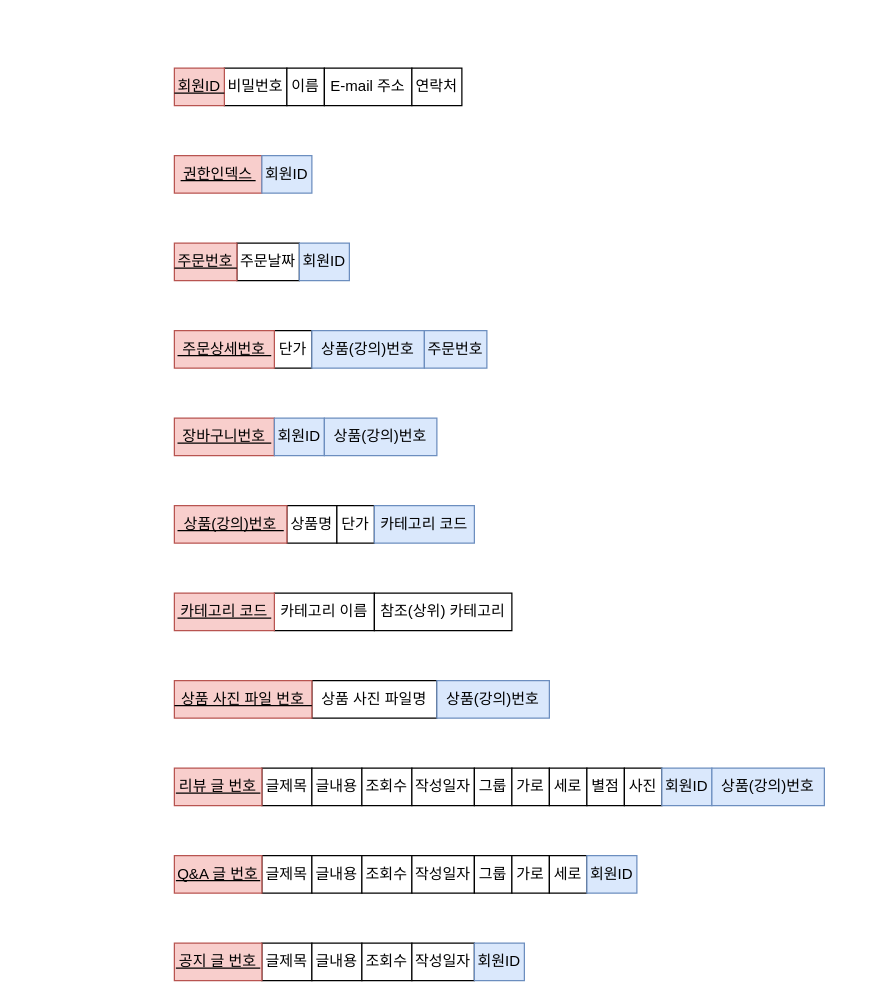
This is Untitled Diagram.drawio from e1204/KOSMO, a draw.io file, before an edit. Source tidied: cells renumbered, new cells numbered last; positions are measured from the earlier drawing's top-left corner, leaving out a move shared by most shapes. Both pictures are drawn from the tidied source at 125%, with x=0, y=0 at pixel (174, 68).
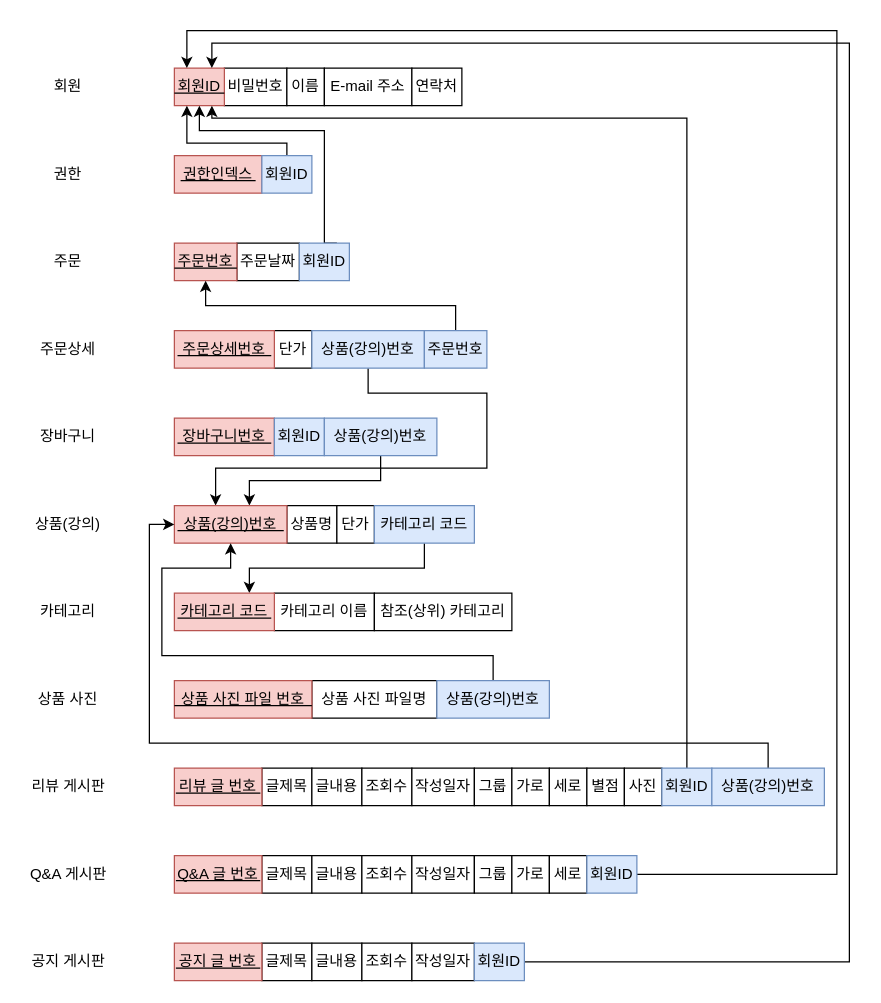
The same diagram, later.

The change refers to these unchanged cells:
```xml
<mxCell id="33" value="회원ID" style="rounded=0;whiteSpace=wrap;html=1;fillColor=#f8cecc;strokeColor=#b85450;" parent="1" vertex="1">
  <mxGeometry width="40" height="30" as="geometry" />
</mxCell>
<mxCell id="35" value="회원ID" style="rounded=0;whiteSpace=wrap;html=1;fillColor=#dae8fc;strokeColor=#6c8ebf;" parent="1" vertex="1">
  <mxGeometry x="70" y="70" width="40" height="30" as="geometry" />
</mxCell>
<mxCell id="36" value="주문번호" style="rounded=0;whiteSpace=wrap;html=1;fillColor=#f8cecc;strokeColor=#b85450;" parent="1" vertex="1">
  <mxGeometry y="140" width="50" height="30" as="geometry" />
</mxCell>
<mxCell id="38" value="상품(강의)번호" style="rounded=0;whiteSpace=wrap;html=1;fillColor=#dae8fc;strokeColor=#6c8ebf;" parent="1" vertex="1">
  <mxGeometry x="110" y="210" width="90" height="30" as="geometry" />
</mxCell>
<mxCell id="39" value="주문번호" style="rounded=0;whiteSpace=wrap;html=1;fillColor=#dae8fc;strokeColor=#6c8ebf;" parent="1" vertex="1">
  <mxGeometry x="200" y="210" width="50" height="30" as="geometry" />
</mxCell>
<mxCell id="42" value="상품(강의)번호" style="rounded=0;whiteSpace=wrap;html=1;fillColor=#dae8fc;strokeColor=#6c8ebf;" parent="1" vertex="1">
  <mxGeometry x="120" y="280" width="90" height="30" as="geometry" />
</mxCell>
<mxCell id="43" value="상품(강의)번호" style="rounded=0;whiteSpace=wrap;html=1;fillColor=#f8cecc;strokeColor=#b85450;" parent="1" vertex="1">
  <mxGeometry y="350" width="90" height="30" as="geometry" />
</mxCell>
<mxCell id="44" value="카테고리 코드" style="rounded=0;whiteSpace=wrap;html=1;fillColor=#dae8fc;strokeColor=#6c8ebf;" parent="1" vertex="1">
  <mxGeometry x="160" y="350" width="80" height="30" as="geometry" />
</mxCell>
<mxCell id="45" value="카테고리 코드" style="rounded=0;whiteSpace=wrap;html=1;fillColor=#f8cecc;strokeColor=#b85450;" parent="1" vertex="1">
  <mxGeometry y="420" width="80" height="30" as="geometry" />
</mxCell>
<mxCell id="47" value="상품(강의)번호" style="rounded=0;whiteSpace=wrap;html=1;fillColor=#dae8fc;strokeColor=#6c8ebf;" parent="1" vertex="1">
  <mxGeometry x="210" y="490" width="90" height="30" as="geometry" />
</mxCell>
<mxCell id="49" value="회원ID" style="rounded=0;whiteSpace=wrap;html=1;fillColor=#dae8fc;strokeColor=#6c8ebf;" parent="1" vertex="1">
  <mxGeometry x="390" y="560" width="40" height="30" as="geometry" />
</mxCell>
<mxCell id="50" value="상품(강의)번호" style="rounded=0;whiteSpace=wrap;html=1;fillColor=#dae8fc;strokeColor=#6c8ebf;" parent="1" vertex="1">
  <mxGeometry x="430" y="560" width="90" height="30" as="geometry" />
</mxCell>
<mxCell id="51" value="회원ID" style="rounded=0;whiteSpace=wrap;html=1;fillColor=#dae8fc;strokeColor=#6c8ebf;" parent="1" vertex="1">
  <mxGeometry x="330" y="630" width="40" height="30" as="geometry" />
</mxCell>
<mxCell id="52" value="회원ID" style="rounded=0;whiteSpace=wrap;html=1;fillColor=#dae8fc;strokeColor=#6c8ebf;" parent="1" vertex="1">
  <mxGeometry x="240" y="700" width="40" height="30" as="geometry" />
</mxCell>
<mxCell id="55" value="회원ID" style="rounded=0;whiteSpace=wrap;html=1;fillColor=#dae8fc;strokeColor=#6c8ebf;" parent="1" vertex="1">
  <mxGeometry x="100" y="140" width="40" height="30" as="geometry" />
</mxCell>
```

What changed in the source:
```diff
@@
+    <mxCell id="67" style="edgeStyle=orthogonalEdgeStyle;rounded=0;jettySize=auto;html=1;exitX=0.5;exitY=0;exitDx=0;exitDy=0;entryX=0.25;entryY=1;entryDx=0;entryDy=0;" parent="1" edge="1" source="35" target="33">
+      <mxGeometry relative="1" as="geometry">
+        <Array as="points">
+          <mxPoint x="90" y="60" />
+          <mxPoint x="10" y="60" />
+        </Array>
+      </mxGeometry>
+    </mxCell>
@@
+    <mxCell id="68" style="edgeStyle=orthogonalEdgeStyle;rounded=0;jettySize=auto;html=1;exitX=0.5;exitY=1;exitDx=0;exitDy=0;" parent="1" edge="1" source="38">
+      <mxGeometry relative="1" as="geometry">
+        <mxPoint x="33" y="350" as="targetPoint" />
+        <Array as="points">
+          <mxPoint x="155" y="260" />
+          <mxPoint x="250" y="260" />
+          <mxPoint x="250" y="320" />
+          <mxPoint x="33" y="320" />
+        </Array>
+      </mxGeometry>
+    </mxCell>
@@
+    <mxCell id="69" style="edgeStyle=orthogonalEdgeStyle;rounded=0;jettySize=auto;html=1;exitX=0.5;exitY=0;exitDx=0;exitDy=0;entryX=0.5;entryY=1;entryDx=0;entryDy=0;" parent="1" edge="1" source="39" target="36">
+      <mxGeometry relative="1" as="geometry" />
+    </mxCell>
@@
+    <mxCell id="70" style="edgeStyle=orthogonalEdgeStyle;rounded=0;jettySize=auto;html=1;entryX=0.667;entryY=0;entryDx=0;entryDy=0;entryPerimeter=0;" parent="1" edge="1" source="42" target="43">
+      <mxGeometry relative="1" as="geometry">
+        <Array as="points">
+          <mxPoint x="165" y="330" />
+          <mxPoint x="60" y="330" />
+        </Array>
+      </mxGeometry>
+    </mxCell>
@@
+    <mxCell id="71" style="edgeStyle=orthogonalEdgeStyle;rounded=0;jettySize=auto;html=1;" parent="1" edge="1" source="44" target="45">
+      <mxGeometry relative="1" as="geometry">
+        <Array as="points">
+          <mxPoint x="200" y="400" />
+          <mxPoint x="60" y="400" />
+        </Array>
+      </mxGeometry>
+    </mxCell>
@@
+    <mxCell id="72" style="edgeStyle=orthogonalEdgeStyle;rounded=0;jettySize=auto;html=1;entryX=0.5;entryY=1;entryDx=0;entryDy=0;" parent="1" edge="1" source="47" target="43">
+      <mxGeometry relative="1" as="geometry">
+        <Array as="points">
+          <mxPoint x="255" y="470" />
+          <mxPoint x="-10" y="470" />
+          <mxPoint x="-10" y="400" />
+          <mxPoint x="45" y="400" />
+        </Array>
+      </mxGeometry>
+    </mxCell>
@@
+    <mxCell id="73" style="edgeStyle=orthogonalEdgeStyle;rounded=0;jettySize=auto;html=1;entryX=0.75;entryY=1;entryDx=0;entryDy=0;" parent="1" edge="1" source="49" target="33">
+      <mxGeometry relative="1" as="geometry">
+        <Array as="points">
+          <mxPoint x="410" y="40" />
+          <mxPoint x="30" y="40" />
+        </Array>
+      </mxGeometry>
+    </mxCell>
@@
+    <mxCell id="74" style="edgeStyle=orthogonalEdgeStyle;rounded=0;jettySize=auto;html=1;entryX=0;entryY=0.5;entryDx=0;entryDy=0;" parent="1" edge="1" source="50" target="43">
+      <mxGeometry relative="1" as="geometry">
+        <Array as="points">
+          <mxPoint x="475" y="540" />
+          <mxPoint x="-20" y="540" />
+          <mxPoint x="-20" y="365" />
+        </Array>
+      </mxGeometry>
+    </mxCell>
@@
+    <mxCell id="75" style="edgeStyle=orthogonalEdgeStyle;rounded=0;jettySize=auto;html=1;entryX=0.25;entryY=0;entryDx=0;entryDy=0;" parent="1" edge="1" source="51" target="33">
+      <mxGeometry relative="1" as="geometry">
+        <Array as="points">
+          <mxPoint x="530" y="645" />
+          <mxPoint x="530" y="-30" />
+          <mxPoint x="10" y="-30" />
+        </Array>
+      </mxGeometry>
+    </mxCell>
@@
+    <mxCell id="76" style="edgeStyle=orthogonalEdgeStyle;rounded=0;jettySize=auto;html=1;" parent="1" edge="1" source="52">
+      <mxGeometry relative="1" as="geometry">
+        <mxPoint x="30" as="targetPoint" />
+        <Array as="points">
+          <mxPoint x="540" y="715" />
+          <mxPoint x="540" y="-20" />
+          <mxPoint x="30" y="-20" />
+        </Array>
+      </mxGeometry>
+    </mxCell>
@@
+    <mxCell id="77" style="edgeStyle=orthogonalEdgeStyle;rounded=0;jettySize=auto;html=1;exitX=0.75;exitY=0;exitDx=0;exitDy=0;entryX=0.5;entryY=1;entryDx=0;entryDy=0;" parent="1" edge="1" source="55" target="33">
+      <mxGeometry relative="1" as="geometry">
+        <Array as="points">
+          <mxPoint x="120" y="140" />
+          <mxPoint x="120" y="50" />
+          <mxPoint x="20" y="50" />
+        </Array>
+      </mxGeometry>
+    </mxCell>
@@
+    <mxCell id="78" value="회원" style="rounded=0;whiteSpace=wrap;html=1;strokeColor=none;fillColor=none;" parent="1" vertex="1">
+      <mxGeometry x="-100" width="30" height="30" as="geometry" />
+    </mxCell>
+    <mxCell id="79" value="권한" style="rounded=0;whiteSpace=wrap;html=1;strokeColor=none;fillColor=none;" parent="1" vertex="1">
+      <mxGeometry x="-100" y="70" width="30" height="30" as="geometry" />
+    </mxCell>
+    <mxCell id="80" value="주문" style="rounded=0;whiteSpace=wrap;html=1;strokeColor=none;fillColor=none;" parent="1" vertex="1">
+      <mxGeometry x="-100" y="140" width="30" height="30" as="geometry" />
+    </mxCell>
+    <mxCell id="81" value="주문상세" style="rounded=0;whiteSpace=wrap;html=1;strokeColor=none;fillColor=none;" parent="1" vertex="1">
+      <mxGeometry x="-110" y="210" width="50" height="30" as="geometry" />
+    </mxCell>
+    <mxCell id="82" value="장바구니" style="rounded=0;whiteSpace=wrap;html=1;strokeColor=none;fillColor=none;" parent="1" vertex="1">
+      <mxGeometry x="-110" y="280" width="50" height="30" as="geometry" />
+    </mxCell>
+    <mxCell id="83" value="상품(강의)" style="rounded=0;whiteSpace=wrap;html=1;strokeColor=none;fillColor=none;" parent="1" vertex="1">
+      <mxGeometry x="-115" y="350" width="60" height="30" as="geometry" />
+    </mxCell>
+    <mxCell id="84" value="카테고리" style="rounded=0;whiteSpace=wrap;html=1;strokeColor=none;fillColor=none;" parent="1" vertex="1">
+      <mxGeometry x="-110" y="420" width="50" height="30" as="geometry" />
+    </mxCell>
+    <mxCell id="85" value="상품 사진" style="rounded=0;whiteSpace=wrap;html=1;strokeColor=none;fillColor=none;" parent="1" vertex="1">
+      <mxGeometry x="-115" y="490" width="60" height="30" as="geometry" />
+    </mxCell>
+    <mxCell id="86" value="리뷰 게시판" style="rounded=0;whiteSpace=wrap;html=1;strokeColor=none;fillColor=none;" parent="1" vertex="1">
+      <mxGeometry x="-122.5" y="560" width="75" height="30" as="geometry" />
+    </mxCell>
+    <mxCell id="87" value="Q&amp;amp;A 게시판" style="rounded=0;whiteSpace=wrap;html=1;strokeColor=none;fillColor=none;" parent="1" vertex="1">
+      <mxGeometry x="-122.5" y="630" width="75" height="30" as="geometry" />
+    </mxCell>
+    <mxCell id="88" value="공지 게시판" style="rounded=0;whiteSpace=wrap;html=1;strokeColor=none;fillColor=none;" parent="1" vertex="1">
+      <mxGeometry x="-121.2" y="700" width="72.5" height="30" as="geometry" />
+    </mxCell>
```
